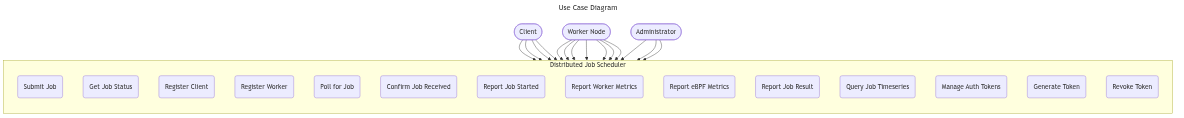
Above: report/figures/use-case.png in sandeshkhadka/distributed-job-scheduler (Mermaid), before the change. Its source is kept beside it as report/diagrams/use-case.mmd. Source of this version:
```mermaid
---
title: Use Case Diagram
---
flowchart TB
    Actor1([Client])
    Actor2([Worker Node])
    Actor3([Administrator])

    subgraph System[Distributed Job Scheduler]
        direction TB
        UC1(Submit Job)
        UC2(Get Job Status)
        UC3(Register Client)
        UC4(Register Worker)
        UC5(Poll for Job)
        UC6(Confirm Job Received)
        UC7(Report Job Started)
        UC8(Report Worker Metrics)
        UC9(Report eBPF Metrics)
        UC10(Report Job Result)
        UC11(Query Job Timeseries)
        UC12(Manage Auth Tokens)
        UC13(Generate Token)
        UC14(Revoke Token)
    end

    Actor1 --> UC1
    Actor1 --> UC2
    Actor1 --> UC3
    Actor2 --> UC4
    Actor2 --> UC5
    Actor2 --> UC6
    Actor2 --> UC7
    Actor2 --> UC8
    Actor2 --> UC9
    Actor2 --> UC10
    Actor1 --> UC11
    Actor3 --> UC12
    Actor3 --> UC13
    Actor3 --> UC14
```
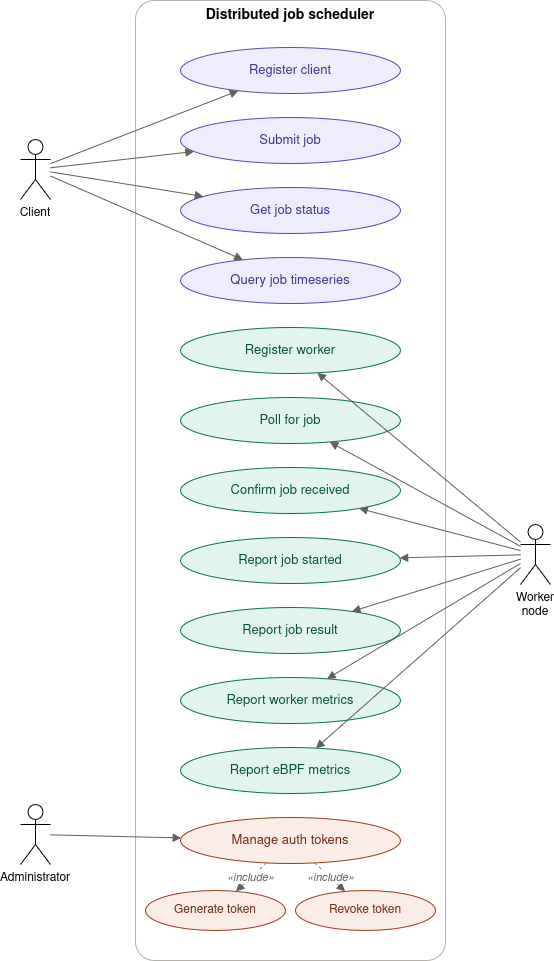
Later version of the same file.

Diff of the diagram source:
```diff
@@ -8,33 +8,39 @@
 
     subgraph System[Distributed Job Scheduler]
         direction TB
+
+        UC3(Register Client)
         UC1(Submit Job)
         UC2(Get Job Status)
-        UC3(Register Client)
+        UC11(Query Job Timeseries)
+
         UC4(Register Worker)
         UC5(Poll for Job)
         UC6(Confirm Job Received)
         UC7(Report Job Started)
+        UC10(Report Job Result)
         UC8(Report Worker Metrics)
         UC9(Report eBPF Metrics)
-        UC10(Report Job Result)
-        UC11(Query Job Timeseries)
+
         UC12(Manage Auth Tokens)
         UC13(Generate Token)
         UC14(Revoke Token)
+
+        UC12 --- UC13
+        UC12 --- UC14
     end
 
+    Actor1 --> UC3
     Actor1 --> UC1
     Actor1 --> UC2
-    Actor1 --> UC3
+    Actor1 --> UC11
+
     Actor2 --> UC4
     Actor2 --> UC5
     Actor2 --> UC6
     Actor2 --> UC7
+    Actor2 --> UC10
     Actor2 --> UC8
     Actor2 --> UC9
-    Actor2 --> UC10
-    Actor1 --> UC11
+
     Actor3 --> UC12
-    Actor3 --> UC13
-    Actor3 --> UC14
```
